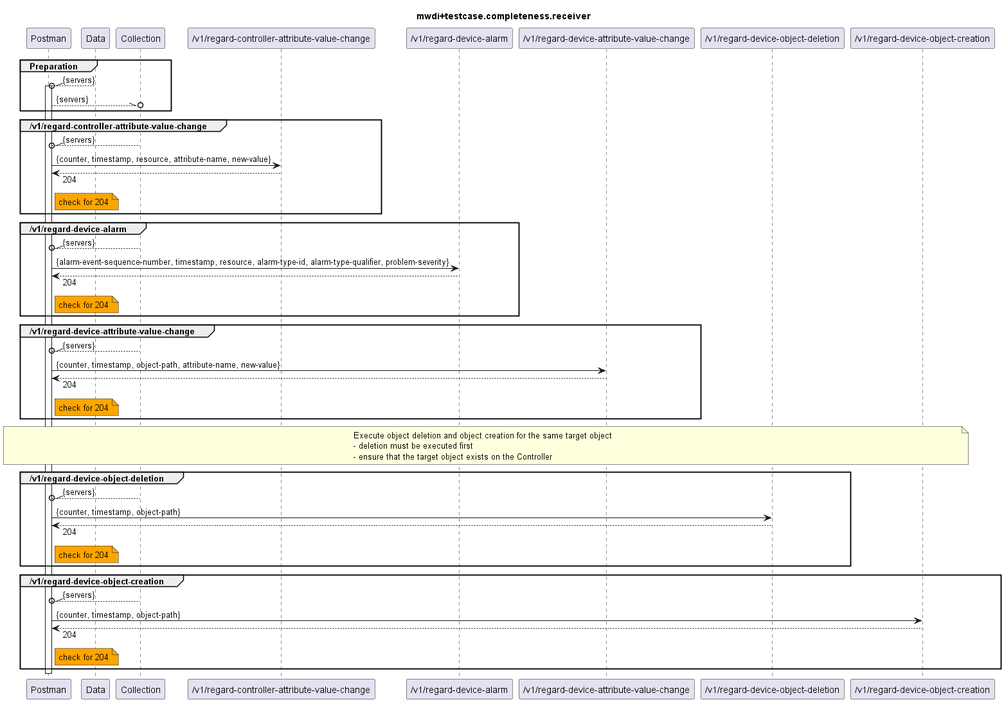
The PlantUML diagram testing/2_functional/completeness/v1.2.2/Receiver/mwdi+diagram.completeness.receiver.png in openBackhaul/MicroWaveDeviceInventory, before a commit. Its diagram source:
```plantuml
@startuml mwdi+diagram.completeness.receiver
skinparam responseMessageBelowArrow true

title
mwdi+testcase.completeness.receiver
end title

participant "Postman" as Postman
participant "Data" as Data
participant "Collection" as Collection

participant "/v1/regard-controller-attribute-value-change" as RCAVC
participant "/v1/regard-device-alarm" as RDA
participant "/v1/regard-device-attribute-value-change" as RDAVC
participant "/v1/regard-device-object-deletion" as RDOD
participant "/v1/regard-device-object-creation" as RDOC

group Preparation
  Data --\\o Postman : {servers}
  activate Postman
  Postman --\\o Collection : {servers}
end

group /v1/regard-controller-attribute-value-change
  Collection --\\o Postman : {servers}
  Postman -> RCAVC : {counter, timestamp, resource, attribute-name, new-value}
  Postman <-- RCAVC : 204
  note right Postman #Orange
    check for 204
  end note
end

group /v1/regard-device-alarm
  Collection --\\o Postman : {servers}
  Postman -> RDA : {alarm-event-sequence-number, timestamp, resource, alarm-type-id, alarm-type-qualifier, problem-severity}
  Postman <-- RDA : 204
  note right Postman #Orange
    check for 204
  end note
end

group /v1/regard-device-attribute-value-change
  Collection --\\o Postman : {servers}
  Postman -> RDAVC : {counter, timestamp, object-path, attribute-name, new-value}
  Postman <-- RDAVC : 204
  note right Postman #Orange
    check for 204
  end note
end

note over Postman, RDOC
  Execute object deletion and object creation for the same target object
  - deletion must be executed first
  - ensure that the target object exists on the Controller
end note

group /v1/regard-device-object-deletion
  Collection --\\o Postman : {servers}
  Postman -> RDOD : {counter, timestamp, object-path}
  Postman <-- RDOD : 204
  note right Postman #Orange
    check for 204
  end note
end

group /v1/regard-device-object-creation
  Collection --\\o Postman : {servers}
  Postman -> RDOC : {counter, timestamp, object-path}
  Postman <-- RDOC : 204
  note right Postman #Orange
    check for 204
  end note
end

deactivate Postman

@enduml
```
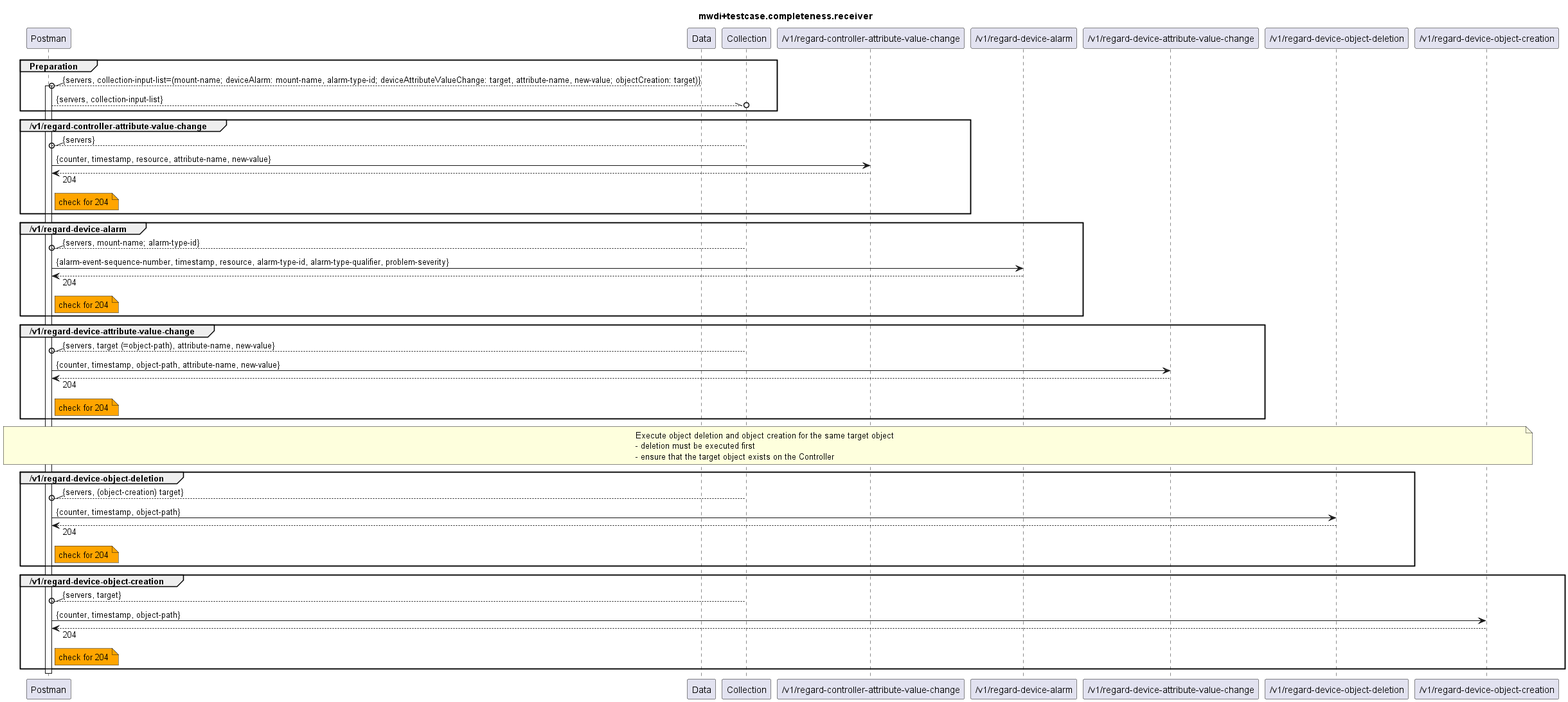
The same file after the commit.

Change to the diagram source:
```diff
@@ -16,9 +16,9 @@
 participant "/v1/regard-device-object-creation" as RDOC
 
 group Preparation
-  Data --\\o Postman : {servers}
+  Data --\\o Postman : {servers, collection-input-list=(mount-name; deviceAlarm: mount-name, alarm-type-id; deviceAttributeValueChange: target, attribute-name, new-value; objectCreation: target)}
   activate Postman
-  Postman --\\o Collection : {servers}
+  Postman --\\o Collection : {servers, collection-input-list}
 end
 
 group /v1/regard-controller-attribute-value-change
@@ -31,7 +31,7 @@
 end
 
 group /v1/regard-device-alarm
-  Collection --\\o Postman : {servers}
+  Collection --\\o Postman : {servers, mount-name; alarm-type-id}
   Postman -> RDA : {alarm-event-sequence-number, timestamp, resource, alarm-type-id, alarm-type-qualifier, problem-severity}
   Postman <-- RDA : 204
   note right Postman #Orange
@@ -40,7 +40,7 @@
 end
 
 group /v1/regard-device-attribute-value-change
-  Collection --\\o Postman : {servers}
+  Collection --\\o Postman : {servers, target (=object-path), attribute-name, new-value}
   Postman -> RDAVC : {counter, timestamp, object-path, attribute-name, new-value}
   Postman <-- RDAVC : 204
   note right Postman #Orange
@@ -55,7 +55,7 @@
 end note
 
 group /v1/regard-device-object-deletion
-  Collection --\\o Postman : {servers}
+  Collection --\\o Postman : {servers, (object-creation) target}
   Postman -> RDOD : {counter, timestamp, object-path}
   Postman <-- RDOD : 204
   note right Postman #Orange
@@ -64,7 +64,7 @@
 end
 
 group /v1/regard-device-object-creation
-  Collection --\\o Postman : {servers}
+  Collection --\\o Postman : {servers, target}
   Postman -> RDOC : {counter, timestamp, object-path}
   Postman <-- RDOC : 204
   note right Postman #Orange
```
